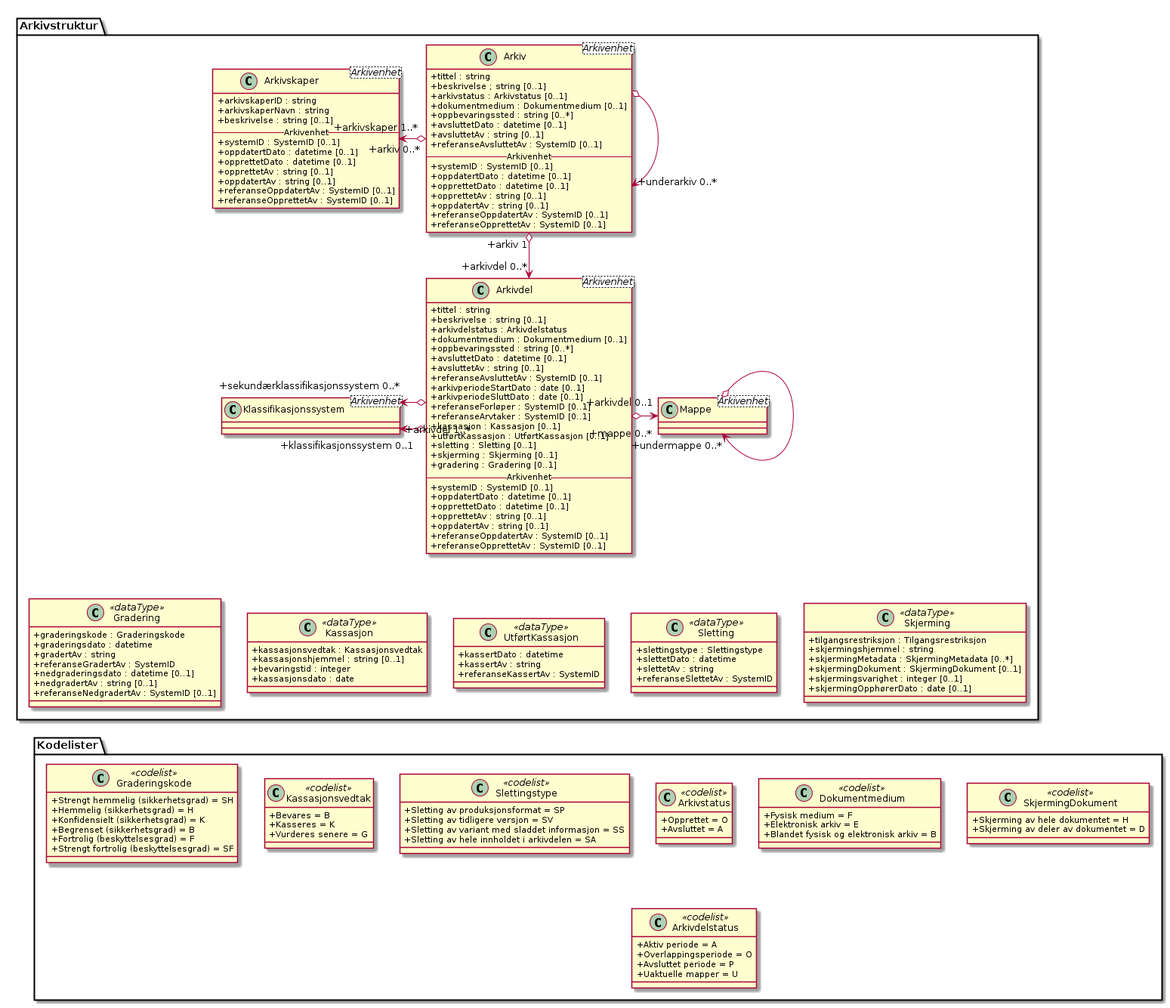
This is kapitler/media/uml-arkivstruktur-arkiv-og-arkivdel.png from arkivverket/noark5-tjenestegrensesnitt-standard, a PlantUML export, as it was before one commit.
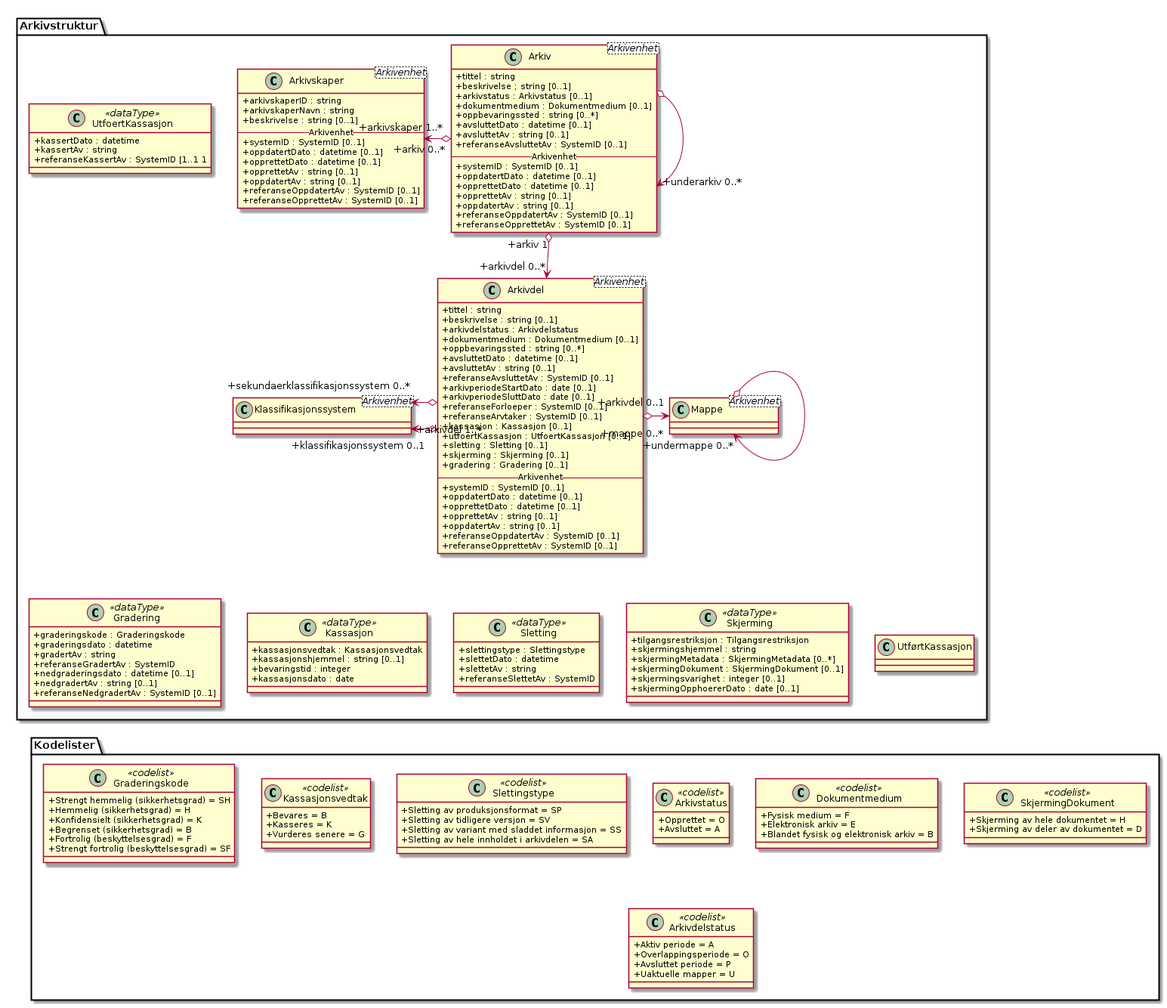
After the commit.

What changed in the source:
```diff
@@ -45,10 +45,10 @@
   +referanseAvsluttetAv : SystemID [0..1]
   +arkivperiodeStartDato : date [0..1]
   +arkivperiodeSluttDato : date [0..1]
-  +referanseForløper : SystemID [0..1]
+  +referanseForloeper : SystemID [0..1]
   +referanseArvtaker : SystemID [0..1]
   +kassasjon : Kassasjon [0..1]
-  +utførtKassasjon : UtførtKassasjon [0..1]
+  +utfoertKassasjon : UtfoertKassasjon [0..1]
   +sletting : Sletting [0..1]
   +skjerming : Skjerming [0..1]
   +gradering : Gradering [0..1]
@@ -85,10 +85,10 @@
   +bevaringstid : integer
   +kassasjonsdato : date
 }
-class Arkivstruktur.UtførtKassasjon <<dataType>> {
+class Arkivstruktur.UtfoertKassasjon <<dataType>> {
   +kassertDato : datetime
   +kassertAv : string
-  +referanseKassertAv : SystemID
+  +referanseKassertAv : SystemID [1..1 1
 }
 class Arkivstruktur.Sletting <<dataType>> {
   +slettingstype : Slettingstype
@@ -102,7 +102,7 @@
   +skjermingMetadata : SkjermingMetadata [0..*]
   +skjermingDokument : SkjermingDokument [0..1]
   +skjermingsvarighet : integer [0..1]
-  +skjermingOpphørerDato : date [0..1]
+  +skjermingOpphoererDato : date [0..1]
 }
 class Arkivstruktur.Gradering <<dataType>> {
   +graderingskode : Graderingskode
@@ -141,7 +141,7 @@
 Arkivstruktur.Arkiv o--> "+underarkiv 0..*" Arkivstruktur.Arkiv
 Arkivstruktur.Arkiv "+arkiv 1" o--> "+arkivdel 0..*" Arkivstruktur.Arkivdel
 Arkivstruktur.Klassifikasjonssystem "+klassifikasjonssystem 0..1" <-o "+arkivdel 1..*" Arkivstruktur.Arkivdel
-Arkivstruktur.Klassifikasjonssystem "+sekundærklassifikasjonssystem 0..*" <-o Arkivstruktur.Arkivdel
+Arkivstruktur.Klassifikasjonssystem "+sekundaerklassifikasjonssystem 0..*" <-o Arkivstruktur.Arkivdel
 Arkivstruktur.Arkivdel "+arkivdel 0..1" o-> "+mappe 0..*" Arkivstruktur.Mappe
 Arkivstruktur.Mappe o--> "+undermappe 0..*" Arkivstruktur.Mappe
 
```
